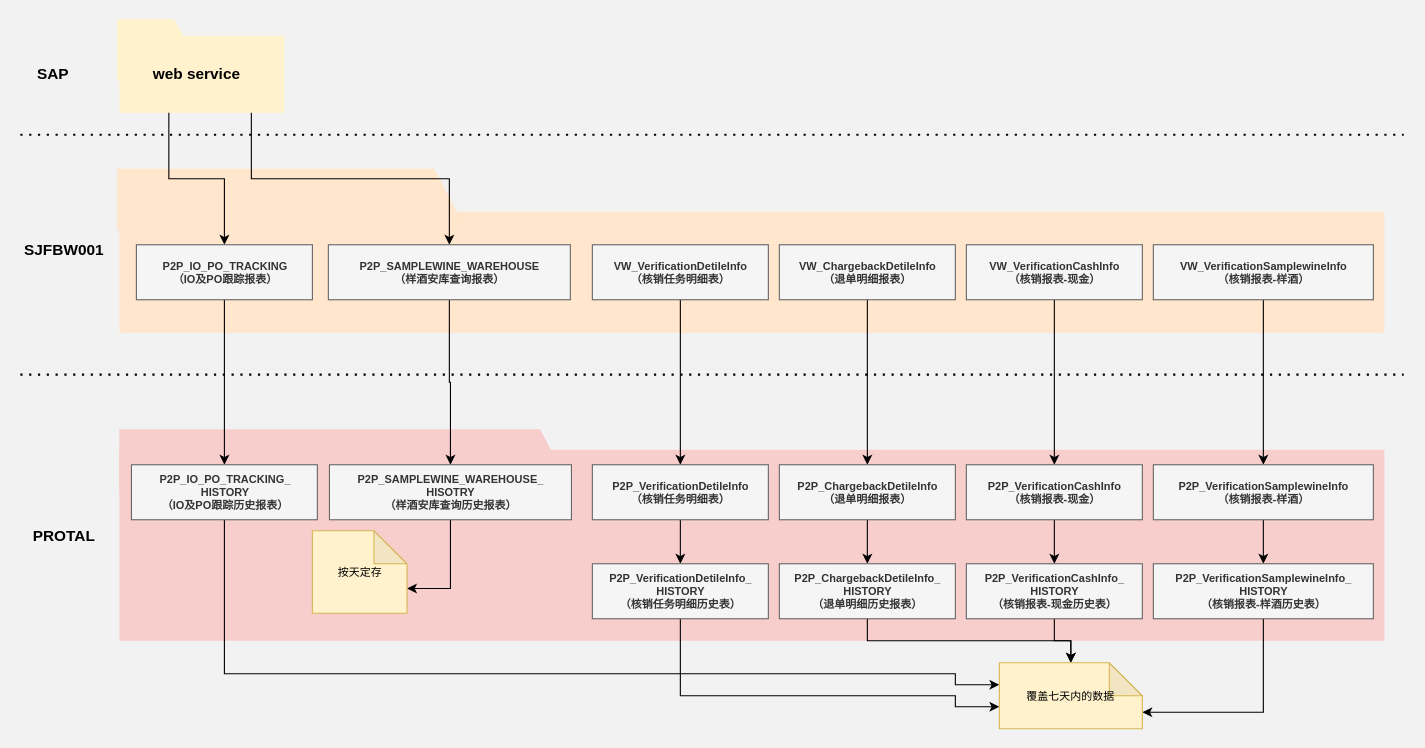
Earlier version of the draw.io diagram Untitled Diagram.drawio (ztacode/drawio). Source tidied: cells renumbered, new cells numbered last; positions are measured from the earlier drawing's top-left corner, leaving out a move shared by most shapes. Both pictures are drawn from the tidied source at 110%, with x=0, y=0 at pixel (20, 4).
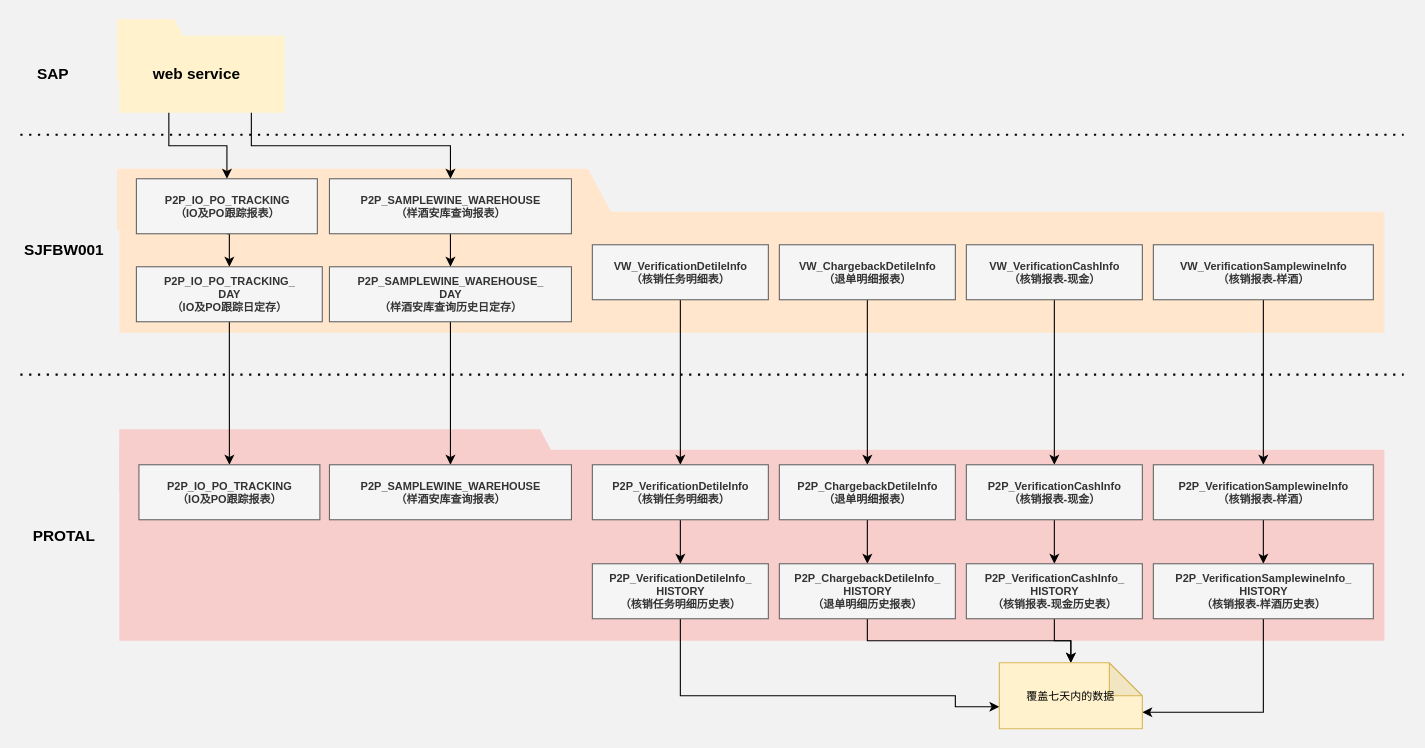
Above is the later version.

The change refers to these unchanged cells:
```xml
<mxCell id="10" value="web service" style="text;strokeColor=none;fillColor=none;html=1;fontSize=14;fontStyle=1;verticalAlign=middle;align=center;rounded=0;shadow=0;sketch=0;arcSize=12;strokeWidth=1;" parent="1" vertex="1">
  <mxGeometry x="110" y="28" width="100" height="70" as="geometry" />
</mxCell>
<mxCell id="48" value="覆盖七天内的数据" style="shape=note;whiteSpace=wrap;html=1;backgroundOutline=1;darkOpacity=0.05;rounded=0;shadow=0;sketch=0;fontSize=10;strokeColor=#d6b656;strokeWidth=1;fillColor=#fff2cc;" parent="1" vertex="1">
  <mxGeometry x="890" y="598" width="130" height="60" as="geometry" />
</mxCell>
```

The edit, as a diff of the source:
```diff
@@
     <mxCell id="5" style="shape=manualInput;whiteSpace=wrap;html=1;rounded=0;shadow=0;sketch=0;rotation=90;fillColor=#ffe6cc;strokeColor=none;" parent="1" vertex="1">
-      <mxGeometry x="219" y="18" width="56" height="318" as="geometry" />
+      <mxGeometry x="289" y="-52" width="56" height="458" as="geometry" />
     </mxCell>
@@
     <mxCell id="9" style="edgeStyle=orthogonalEdgeStyle;rounded=0;jettySize=auto;html=1;exitX=1;exitY=1;exitDx=0;exitDy=0;entryX=0.5;entryY=0;entryDx=0;entryDy=0;fontSize=10;" parent="1" edge="1" source="10" target="18">
-      <mxGeometry relative="1" as="geometry" />
+      <mxGeometry relative="1" as="geometry">
+        <Array as="points">
+          <mxPoint x="210" y="128" />
+          <mxPoint x="391" y="128" />
+        </Array>
+      </mxGeometry>
     </mxCell>
@@
     <mxCell id="14" style="edgeStyle=orthogonalEdgeStyle;rounded=0;jettySize=auto;html=1;exitX=0.5;exitY=1;exitDx=0;exitDy=0;entryX=0.5;entryY=0;entryDx=0;entryDy=0;fontSize=10;" parent="1" edge="1" source="15" target="37">
-      <mxGeometry relative="1" as="geometry">
-        <Array as="points">
-          <mxPoint x="186" y="308" />
-          <mxPoint x="186" y="308" />
-        </Array>
-      </mxGeometry>
+      <mxGeometry relative="1" as="geometry" />
     </mxCell>
     <mxCell id="15" value="P2P_IO_PO_TRACKING&lt;br&gt;（IO及PO跟踪报表）" style="text;html=1;fontSize=10;fontStyle=1;verticalAlign=middle;align=center;rounded=0;shadow=0;sketch=0;arcSize=12;strokeWidth=1;fillColor=#f5f5f5;strokeColor=#666666;fontColor=#333333;" parent="1" vertex="1">
-      <mxGeometry x="105.5" y="218" width="160" height="50" as="geometry" />
+      <mxGeometry x="105.5" y="158" width="164.5" height="50" as="geometry" />
     </mxCell>
@@
     <mxCell id="18" value="P2P_SAMPLEWINE_WAREHOUSE&lt;br&gt;（样酒安库查询报表）" style="text;html=1;fontSize=10;fontStyle=1;verticalAlign=middle;align=center;rounded=0;shadow=0;sketch=0;arcSize=12;strokeWidth=1;fillColor=#f5f5f5;strokeColor=#666666;fontColor=#333333;" parent="1" vertex="1">
-      <mxGeometry x="280" y="218" width="220" height="50" as="geometry" />
+      <mxGeometry x="281" y="158" width="220" height="50" as="geometry" />
     </mxCell>
@@
-    <mxCell id="36" style="edgeStyle=orthogonalEdgeStyle;rounded=0;jettySize=auto;html=1;entryX=0;entryY=0.333;entryDx=0;entryDy=0;entryPerimeter=0;fontSize=10;" parent="1" edge="1" source="37" target="48">
-      <mxGeometry relative="1" as="geometry">
-        <Array as="points">
-          <mxPoint x="186" y="608" />
-          <mxPoint x="850" y="608" />
-          <mxPoint x="850" y="618" />
-        </Array>
-      </mxGeometry>
-    </mxCell>
+    <mxCell id="50" style="edgeStyle=orthogonalEdgeStyle;rounded=0;jettySize=auto;html=1;exitX=0.5;exitY=1;exitDx=0;exitDy=0;entryX=0.5;entryY=0;entryDx=0;entryDy=0;fontSize=10;" parent="1" edge="1" source="37" target="52">
+      <mxGeometry relative="1" as="geometry" />
+    </mxCell>
-    <mxCell id="37" value="P2P_IO_PO_TRACKING_&lt;br&gt;HISTORY&lt;br&gt;（IO及PO跟踪历史报表）" style="text;html=1;fontSize=10;fontStyle=1;verticalAlign=middle;align=center;rounded=0;shadow=0;sketch=0;arcSize=12;strokeWidth=1;fillColor=#f5f5f5;strokeColor=#666666;fontColor=#333333;gradientColor=none;" parent="1" vertex="1">
-      <mxGeometry x="101" y="418" width="169" height="50" as="geometry" />
+    <mxCell id="37" value="P2P_IO_PO_TRACKING_&lt;br&gt;DAY&lt;br&gt;（IO及PO跟踪日定存）" style="text;html=1;fontSize=10;fontStyle=1;verticalAlign=middle;align=center;rounded=0;shadow=0;sketch=0;arcSize=12;strokeWidth=1;fillColor=#f5f5f5;strokeColor=#666666;fontColor=#333333;gradientColor=none;" parent="1" vertex="1">
+      <mxGeometry x="105.5" y="238" width="169" height="50" as="geometry" />
     </mxCell>
-    <mxCell id="38" style="edgeStyle=orthogonalEdgeStyle;rounded=0;jettySize=auto;html=1;exitX=0.5;exitY=1;exitDx=0;exitDy=0;entryX=0;entryY=0;entryDx=86;entryDy=52.5;entryPerimeter=0;fontSize=10;" parent="1" edge="1" source="39" target="49">
-      <mxGeometry relative="1" as="geometry" />
-    </mxCell>
+    <mxCell id="51" style="edgeStyle=orthogonalEdgeStyle;rounded=0;jettySize=auto;html=1;exitX=0.5;exitY=1;exitDx=0;exitDy=0;entryX=0.5;entryY=0;entryDx=0;entryDy=0;fontSize=10;" parent="1" edge="1" source="39" target="53">
+      <mxGeometry relative="1" as="geometry" />
+    </mxCell>
-    <mxCell id="39" value="P2P_SAMPLEWINE_WAREHOUSE_&lt;br&gt;HISOTRY&lt;br&gt;（样酒安库查询历史报表）" style="text;html=1;fontSize=10;fontStyle=1;verticalAlign=middle;align=center;rounded=0;shadow=0;sketch=0;arcSize=12;strokeWidth=1;fillColor=#f5f5f5;strokeColor=#666666;fontColor=#333333;" parent="1" vertex="1">
-      <mxGeometry x="281" y="418" width="220" height="50" as="geometry" />
+    <mxCell id="39" value="P2P_SAMPLEWINE_WAREHOUSE_&lt;br&gt;DAY&lt;br&gt;（样酒安库查询历史日定存）" style="text;html=1;fontSize=10;fontStyle=1;verticalAlign=middle;align=center;rounded=0;shadow=0;sketch=0;arcSize=12;strokeWidth=1;fillColor=#f5f5f5;strokeColor=#666666;fontColor=#333333;" parent="1" vertex="1">
+      <mxGeometry x="281" y="238" width="220" height="50" as="geometry" />
     </mxCell>
@@
-    <mxCell id="49" value="按天定存" style="shape=note;whiteSpace=wrap;html=1;backgroundOutline=1;darkOpacity=0.05;rounded=0;shadow=0;sketch=0;fontSize=10;strokeColor=#d6b656;strokeWidth=1;fillColor=#fff2cc;" parent="1" vertex="1">
-      <mxGeometry x="265.5" y="478" width="86" height="75" as="geometry" />
-    </mxCell>
+    <mxCell id="52" value="P2P_IO_PO_TRACKING&lt;br&gt;（IO及PO跟踪报表）" style="text;html=1;fontSize=10;fontStyle=1;verticalAlign=middle;align=center;rounded=0;shadow=0;sketch=0;arcSize=12;strokeWidth=1;fillColor=#f5f5f5;strokeColor=#666666;fontColor=#333333;" parent="1" vertex="1">
+      <mxGeometry x="107.8" y="418" width="164.5" height="50" as="geometry" />
+    </mxCell>
+    <mxCell id="53" value="P2P_SAMPLEWINE_WAREHOUSE&lt;br&gt;（样酒安库查询报表）" style="text;html=1;fontSize=10;fontStyle=1;verticalAlign=middle;align=center;rounded=0;shadow=0;sketch=0;arcSize=12;strokeWidth=1;fillColor=#f5f5f5;strokeColor=#666666;fontColor=#333333;" parent="1" vertex="1">
+      <mxGeometry x="281" y="418" width="220" height="50" as="geometry" />
+    </mxCell>
```
